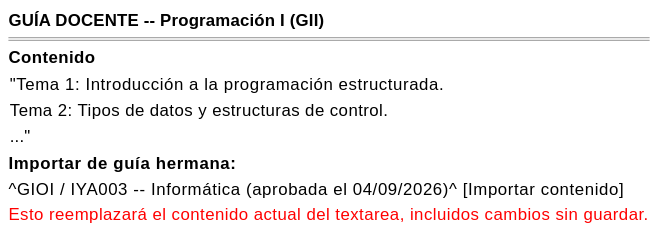
Earlier version of the PlantUML export images/RUP/01-requisitos/03-detalle-casos-uso/importarContenidoDeGuiaHermana/wireframe.svg (mmasias/pyCeldaPublico). Source of this version:
```plantuml
@startsalt importarContenidoDeGuiaHermana-wireframe
{
    <b>GUÍA DOCENTE -- Programación I (GII)</b>
    ====
    <b>Contenido</b>
    {
        "Tema 1: Introducción a la programación estructurada.
        Tema 2: Tipos de datos y estructuras de control.
        ..."
    }
    <b>Importar de guía hermana:</b>
    ^GIOI / IYA003 -- Informática (aprobada el 04/09/2026)^  [Importar contenido]
    <color:red>Esto reemplazará el contenido actual del textarea, incluidos cambios sin guardar.</color>
}
@endsalt
```
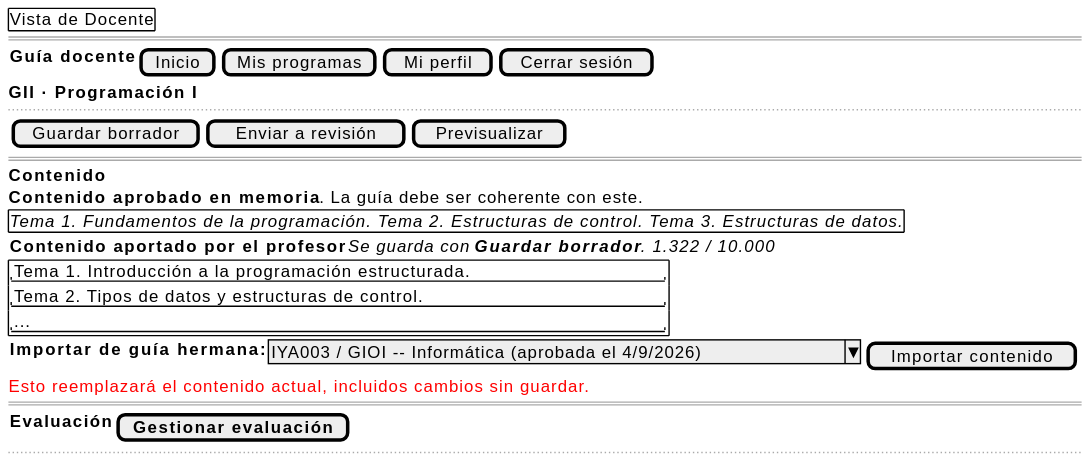
After the commit.

The edit, as a diff of the source:
```diff
@@ -1,15 +1,27 @@
 @startsalt importarContenidoDeGuiaHermana-wireframe
 {
-    <b>GUÍA DOCENTE -- Programación I (GII)</b>
+    {+ Vista de Docente }
+    ====
+    {<b>Guía docente</b> | [Inicio] | [Mis programas] | [Mi perfil] | [Cerrar sesión]}
+    <b>GII · Programación I</b>
+    ...
+    {[Guardar borrador] | [Enviar a revisión] | [Previsualizar]}
     ====
     <b>Contenido</b>
-    {
-        "Tema 1: Introducción a la programación estructurada.
-        Tema 2: Tipos de datos y estructuras de control.
-        ..."
+    <b>Contenido aprobado en memoria</b>. La guía debe ser coherente con este.
+    {#
+        <i>Tema 1. Fundamentos de la programación. Tema 2. Estructuras de control. Tema 3. Estructuras de datos.</i>
     }
-    <b>Importar de guía hermana:</b>
-    ^GIOI / IYA003 -- Informática (aprobada el 04/09/2026)^  [Importar contenido]
-    <color:red>Esto reemplazará el contenido actual del textarea, incluidos cambios sin guardar.</color>
+    {<b>Contenido aportado por el profesor</b> | <i>Se guarda con <b>Guardar borrador</b>. 1.322 / 10.000</i>}
+    {+
+        "Tema 1. Introducción a la programación estructurada.      "
+        "Tema 2. Tipos de datos y estructuras de control.          "
+        "...                                                       "
+    }
+    {<b>Importar de guía hermana:</b> | ^IYA003 / GIOI -- Informática (aprobada el 4/9/2026)^ | [Importar contenido]}
+    <color:red>Esto reemplazará el contenido actual, incluidos cambios sin guardar.</color>
+    ====
+    {<b>Evaluación</b> | [<b>Gestionar evaluación</b>]}
+    ...
 }
 @endsalt
```
